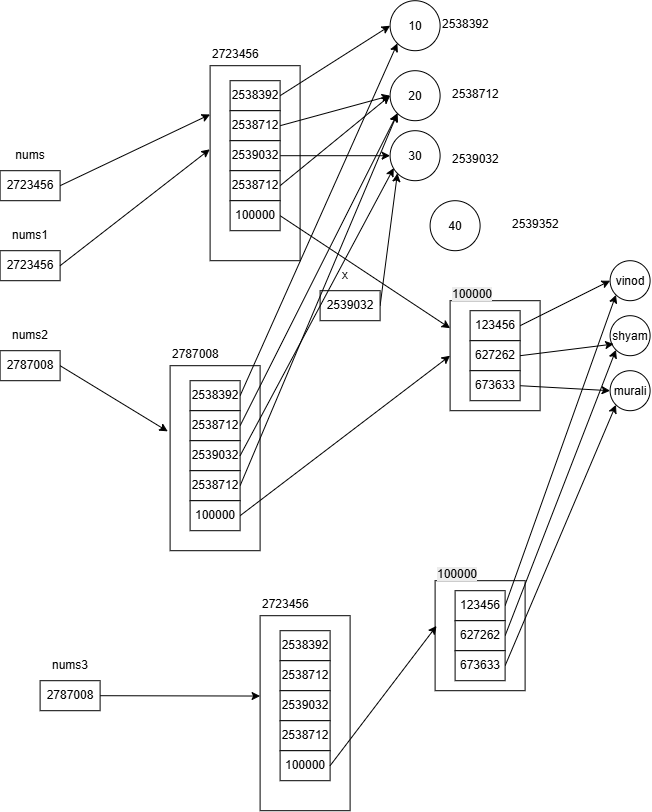
Abiads/20260824-bangalore-python keeps this draw.io diagram as Day_03/Concepts.dio.png. Above is the earlier version. Source tidied: cells renumbered, new cells last; positions are measured from the earlier drawing's top-left corner, leaving out a move shared by most shapes.
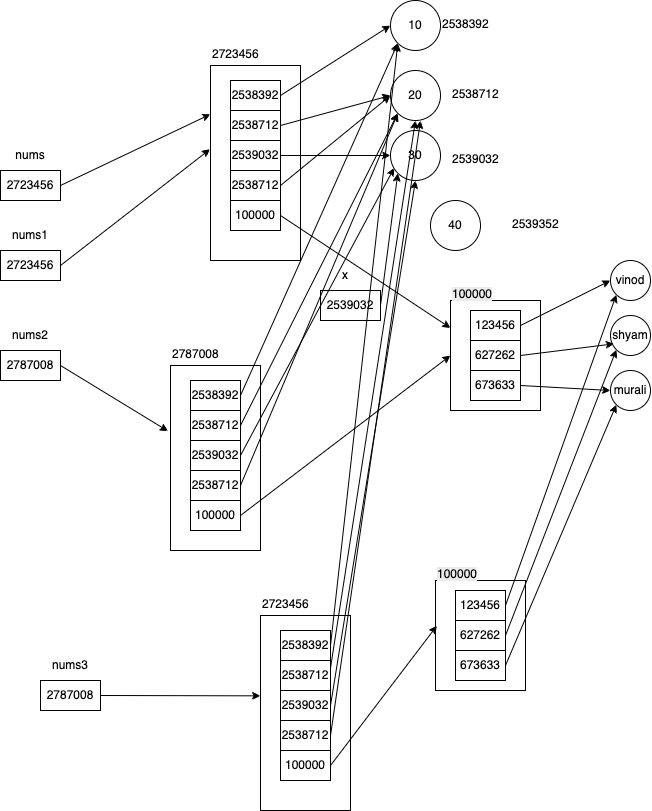
Above is the later version.

What changed in the source:
```diff
@@ -170,18 +170,32 @@
     <mxCell id="57" style="rounded=0;whiteSpace=wrap;html=1;" parent="1" vertex="1">
       <mxGeometry x="260" y="615" width="90" height="195" as="geometry" />
     </mxCell>
+    <mxCell id="76" style="edgeStyle=none;html=1;exitX=1;exitY=0.5;exitDx=0;exitDy=0;entryX=0;entryY=1;entryDx=0;entryDy=0;" parent="1" edge="1" source="58" target="13">
+      <mxGeometry relative="1" as="geometry" />
+    </mxCell>
     <mxCell id="58" value="&lt;span style=&quot;color: rgb(0, 0, 0); text-align: left;&quot;&gt;2538392&lt;/span&gt;" style="rounded=0;whiteSpace=wrap;html=1;" parent="1" vertex="1">
       <mxGeometry x="280" y="630" width="50" height="30" as="geometry" />
     </mxCell>
+    <mxCell id="77" style="edgeStyle=none;html=1;exitX=1;exitY=0.25;exitDx=0;exitDy=0;entryX=0.5;entryY=1;entryDx=0;entryDy=0;" parent="1" edge="1" source="59" target="15">
+      <mxGeometry relative="1" as="geometry" />
+    </mxCell>
     <mxCell id="59" value="&lt;span style=&quot;color: rgb(0, 0, 0); text-align: left;&quot;&gt;2538712&lt;/span&gt;" style="rounded=0;whiteSpace=wrap;html=1;" parent="1" vertex="1">
       <mxGeometry x="280" y="660" width="50" height="30" as="geometry" />
     </mxCell>
+    <mxCell id="78" style="edgeStyle=none;html=1;exitX=1;exitY=0.5;exitDx=0;exitDy=0;entryX=0.5;entryY=1;entryDx=0;entryDy=0;" parent="1" edge="1" source="60" target="17">
+      <mxGeometry relative="1" as="geometry" />
+    </mxCell>
     <mxCell id="60" value="&lt;span style=&quot;color: rgb(0, 0, 0); text-align: left;&quot;&gt;2539032&lt;/span&gt;" style="rounded=0;whiteSpace=wrap;html=1;" parent="1" vertex="1">
       <mxGeometry x="280" y="690" width="50" height="30" as="geometry" />
     </mxCell>
     <mxCell id="61" value="2723456" style="text;whiteSpace=wrap;" parent="1" vertex="1">
       <mxGeometry x="260" y="590" width="90" height="20" as="geometry" />
     </mxCell>
+    <mxCell id="79" style="edgeStyle=none;html=1;exitX=1;exitY=0.5;exitDx=0;exitDy=0;" parent="1" edge="1" source="62">
+      <mxGeometry relative="1" as="geometry">
+        <mxPoint x="420" y="120" as="targetPoint" />
+      </mxGeometry>
+    </mxCell>
     <mxCell id="62" value="&lt;span style=&quot;color: rgb(0, 0, 0); text-align: left;&quot;&gt;2538712&lt;/span&gt;" style="rounded=0;whiteSpace=wrap;html=1;" parent="1" vertex="1">
       <mxGeometry x="280" y="720" width="50" height="30" as="geometry" />
     </mxCell>
```
